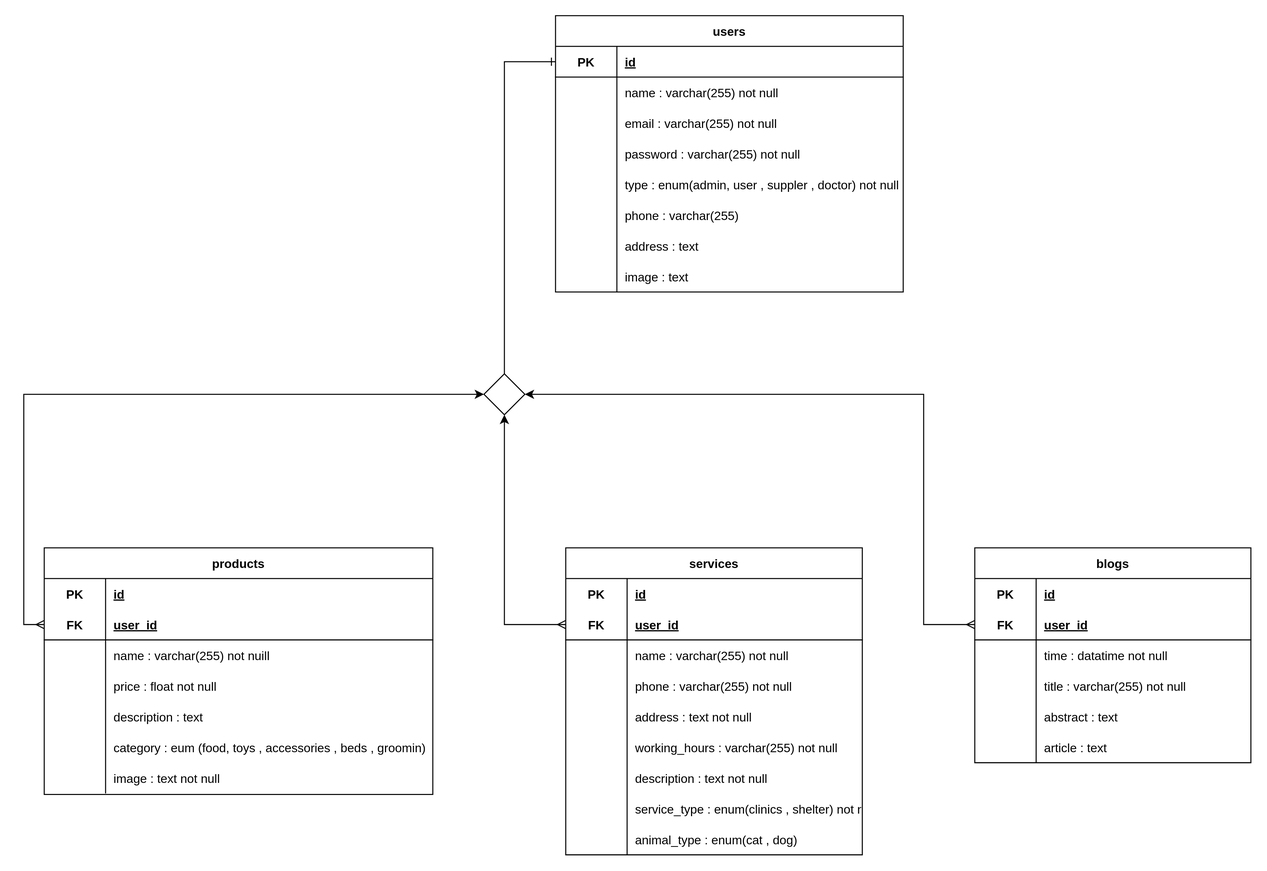
khaledfathi/islam_API keeps this draw.io diagram as public/assets/images/schema_image.svg. Above is the earlier version. Source tidied: cells renumbered, new cells last; positions are measured from the earlier drawing's top-left corner, leaving out a move shared by most shapes.
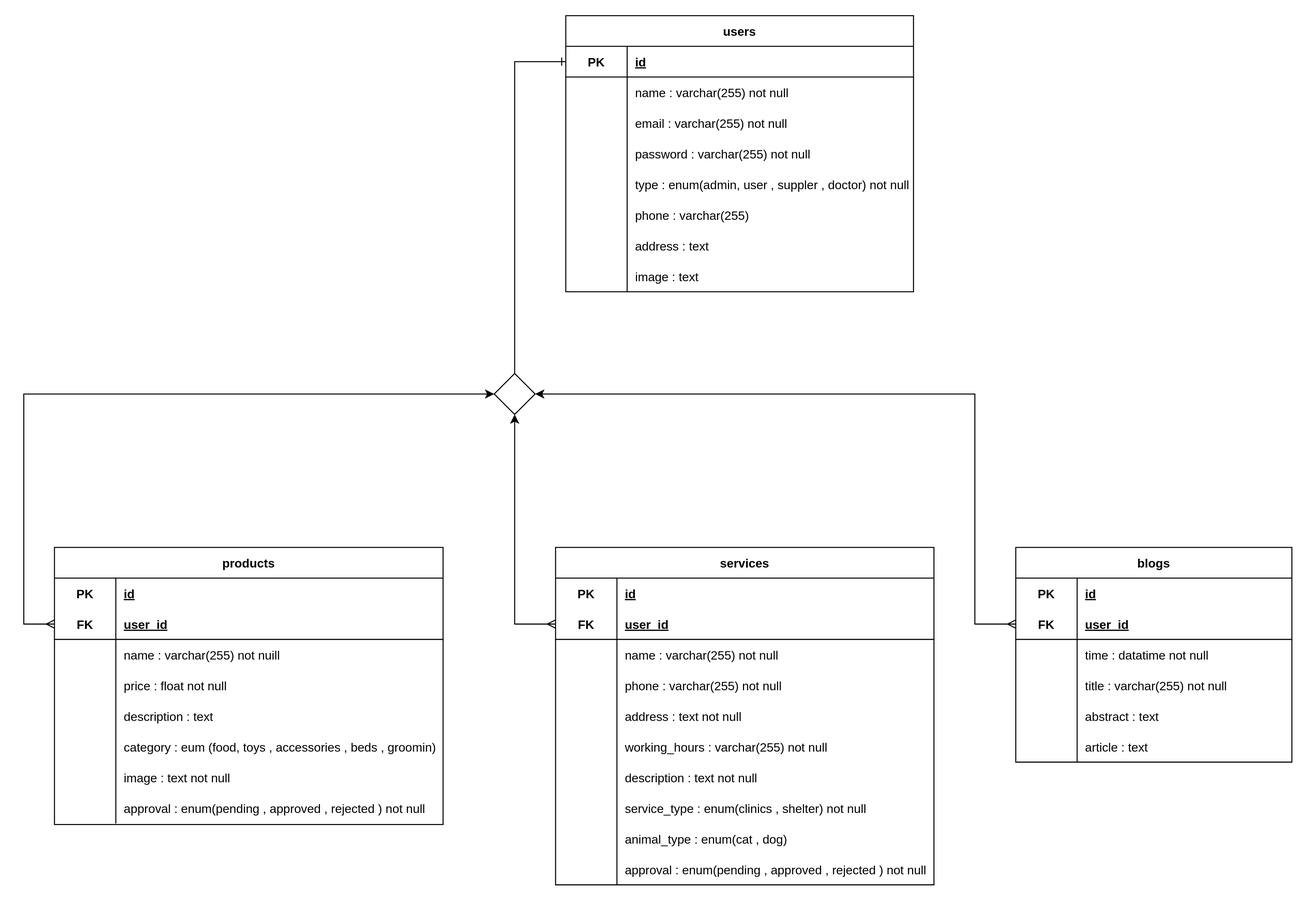
Above is the later version.

The edit, as a diff of the source:
```diff
@@ -78,91 +78,100 @@
       <mxGeometry x="60" width="280" height="30" as="geometry" />
     </mxCell>
     <mxCell id="27" value="services" style="shape=table;startSize=30;rowLines=0;fontStyle=1;align=center;" parent="1" vertex="1">
-      <mxGeometry x="530" y="520" width="290" height="300" as="geometry" />
+      <mxGeometry x="510" y="520" width="370" height="330" as="geometry" />
     </mxCell>
     <mxCell id="28" style="shape=tableRow;horizontal=0;startSize=0;swimlaneHead=0;swimlaneBody=0;fillColor=none;top=0;left=0;right=0;bottom=0;" parent="27" vertex="1">
-      <mxGeometry y="30" width="290" height="30" as="geometry" />
+      <mxGeometry y="30" width="370" height="30" as="geometry" />
     </mxCell>
     <mxCell id="29" value="PK" style="shape=partialRectangle;fillColor=none;top=0;left=0;bottom=0;right=0;fontStyle=1;overflow=hidden;" parent="28" vertex="1">
       <mxGeometry width="60" height="30" as="geometry" />
     </mxCell>
     <mxCell id="30" value="id" style="shape=partialRectangle;fillColor=none;top=0;left=0;bottom=0;right=0;align=left;spacingLeft=6;fontStyle=5;overflow=hidden;" parent="28" vertex="1">
-      <mxGeometry x="60" width="230" height="30" as="geometry" />
+      <mxGeometry x="60" width="310" height="30" as="geometry" />
     </mxCell>
     <mxCell id="31" style="shape=tableRow;horizontal=0;startSize=0;swimlaneHead=0;swimlaneBody=0;fillColor=none;points=[[0,0.5],[1,0.5]];portConstraint=eastwest;top=0;left=0;right=0;bottom=1;" parent="27" vertex="1">
-      <mxGeometry y="60" width="290" height="30" as="geometry" />
+      <mxGeometry y="60" width="370" height="30" as="geometry" />
     </mxCell>
     <mxCell id="32" value="FK" style="shape=partialRectangle;fillColor=none;top=0;left=0;bottom=0;right=0;fontStyle=1;overflow=hidden;" parent="31" vertex="1">
       <mxGeometry width="60" height="30" as="geometry" />
     </mxCell>
     <mxCell id="33" value="user_id" style="shape=partialRectangle;fillColor=none;top=0;left=0;bottom=0;right=0;align=left;spacingLeft=6;fontStyle=5;overflow=hidden;" parent="31" vertex="1">
-      <mxGeometry x="60" width="230" height="30" as="geometry" />
+      <mxGeometry x="60" width="310" height="30" as="geometry" />
     </mxCell>
     <mxCell id="34" style="shape=tableRow;horizontal=0;startSize=0;swimlaneHead=0;swimlaneBody=0;fillColor=none;top=0;left=0;right=0;bottom=0;" parent="27" vertex="1">
-      <mxGeometry y="90" width="290" height="30" as="geometry" />
+      <mxGeometry y="90" width="370" height="30" as="geometry" />
     </mxCell>
     <mxCell id="35" style="shape=partialRectangle;fillColor=none;top=0;left=0;bottom=0;right=0;overflow=hidden;" parent="34" vertex="1">
       <mxGeometry width="60" height="30" as="geometry" />
     </mxCell>
     <mxCell id="36" value="name : varchar(255) not null" style="shape=partialRectangle;fillColor=none;top=0;left=0;bottom=0;right=0;align=left;spacingLeft=6;overflow=hidden;" parent="34" vertex="1">
-      <mxGeometry x="60" width="230" height="30" as="geometry" />
+      <mxGeometry x="60" width="310" height="30" as="geometry" />
     </mxCell>
     <mxCell id="37" style="shape=tableRow;horizontal=0;startSize=0;swimlaneHead=0;swimlaneBody=0;fillColor=none;top=0;left=0;right=0;bottom=0;" parent="27" vertex="1">
-      <mxGeometry y="120" width="290" height="30" as="geometry" />
+      <mxGeometry y="120" width="370" height="30" as="geometry" />
     </mxCell>
     <mxCell id="38" style="shape=partialRectangle;fillColor=none;top=0;left=0;bottom=0;right=0;overflow=hidden;" parent="37" vertex="1">
       <mxGeometry width="60" height="30" as="geometry" />
     </mxCell>
     <mxCell id="39" value="phone : varchar(255) not null " style="shape=partialRectangle;fillColor=none;top=0;left=0;bottom=0;right=0;align=left;spacingLeft=6;overflow=hidden;" parent="37" vertex="1">
-      <mxGeometry x="60" width="230" height="30" as="geometry" />
+      <mxGeometry x="60" width="310" height="30" as="geometry" />
     </mxCell>
     <mxCell id="40" style="shape=tableRow;horizontal=0;startSize=0;swimlaneHead=0;swimlaneBody=0;fillColor=none;top=0;left=0;right=0;bottom=0;" parent="27" vertex="1">
-      <mxGeometry y="150" width="290" height="30" as="geometry" />
+      <mxGeometry y="150" width="370" height="30" as="geometry" />
     </mxCell>
     <mxCell id="41" style="shape=partialRectangle;fillColor=none;top=0;left=0;bottom=0;right=0;overflow=hidden;" parent="40" vertex="1">
       <mxGeometry width="60" height="30" as="geometry" />
     </mxCell>
     <mxCell id="42" value="address : text not null" style="shape=partialRectangle;fillColor=none;top=0;left=0;bottom=0;right=0;align=left;spacingLeft=6;overflow=hidden;" parent="40" vertex="1">
-      <mxGeometry x="60" width="230" height="30" as="geometry" />
+      <mxGeometry x="60" width="310" height="30" as="geometry" />
     </mxCell>
     <mxCell id="43" style="shape=tableRow;horizontal=0;startSize=0;swimlaneHead=0;swimlaneBody=0;fillColor=none;top=0;left=0;right=0;bottom=0;" parent="27" vertex="1">
-      <mxGeometry y="180" width="290" height="30" as="geometry" />
+      <mxGeometry y="180" width="370" height="30" as="geometry" />
     </mxCell>
     <mxCell id="44" style="shape=partialRectangle;fillColor=none;top=0;left=0;bottom=0;right=0;overflow=hidden;" parent="43" vertex="1">
       <mxGeometry width="60" height="30" as="geometry" />
     </mxCell>
     <mxCell id="45" value="working_hours : varchar(255) not null" style="shape=partialRectangle;fillColor=none;top=0;left=0;bottom=0;right=0;align=left;spacingLeft=6;overflow=hidden;" parent="43" vertex="1">
-      <mxGeometry x="60" width="230" height="30" as="geometry" />
+      <mxGeometry x="60" width="310" height="30" as="geometry" />
     </mxCell>
     <mxCell id="46" style="shape=tableRow;horizontal=0;startSize=0;swimlaneHead=0;swimlaneBody=0;fillColor=none;top=0;left=0;right=0;bottom=0;" parent="27" vertex="1">
-      <mxGeometry y="210" width="290" height="30" as="geometry" />
+      <mxGeometry y="210" width="370" height="30" as="geometry" />
     </mxCell>
     <mxCell id="47" style="shape=partialRectangle;fillColor=none;top=0;left=0;bottom=0;right=0;overflow=hidden;" parent="46" vertex="1">
       <mxGeometry width="60" height="30" as="geometry" />
     </mxCell>
     <mxCell id="48" value="description : text not null" style="shape=partialRectangle;fillColor=none;top=0;left=0;bottom=0;right=0;align=left;spacingLeft=6;overflow=hidden;" parent="46" vertex="1">
-      <mxGeometry x="60" width="230" height="30" as="geometry" />
+      <mxGeometry x="60" width="310" height="30" as="geometry" />
     </mxCell>
     <mxCell id="49" style="shape=tableRow;horizontal=0;startSize=0;swimlaneHead=0;swimlaneBody=0;fillColor=none;top=0;left=0;right=0;bottom=0;" parent="27" vertex="1">
-      <mxGeometry y="240" width="290" height="30" as="geometry" />
+      <mxGeometry y="240" width="370" height="30" as="geometry" />
     </mxCell>
     <mxCell id="50" style="shape=partialRectangle;fillColor=none;top=0;left=0;bottom=0;right=0;overflow=hidden;" parent="49" vertex="1">
       <mxGeometry width="60" height="30" as="geometry" />
     </mxCell>
     <mxCell id="51" value="service_type : enum(clinics , shelter) not null" style="shape=partialRectangle;fillColor=none;top=0;left=0;bottom=0;right=0;align=left;spacingLeft=6;overflow=hidden;" parent="49" vertex="1">
-      <mxGeometry x="60" width="230" height="30" as="geometry" />
+      <mxGeometry x="60" width="310" height="30" as="geometry" />
     </mxCell>
     <mxCell id="52" style="shape=tableRow;horizontal=0;startSize=0;swimlaneHead=0;swimlaneBody=0;fillColor=none;top=0;left=0;right=0;bottom=0;" parent="27" vertex="1">
-      <mxGeometry y="270" width="290" height="30" as="geometry" />
+      <mxGeometry y="270" width="370" height="30" as="geometry" />
     </mxCell>
     <mxCell id="53" style="shape=partialRectangle;fillColor=none;top=0;left=0;bottom=0;right=0;overflow=hidden;" parent="52" vertex="1">
       <mxGeometry width="60" height="30" as="geometry" />
     </mxCell>
     <mxCell id="54" value="animal_type : enum(cat , dog)" style="shape=partialRectangle;fillColor=none;top=0;left=0;bottom=0;right=0;align=left;spacingLeft=6;overflow=hidden;" parent="52" vertex="1">
-      <mxGeometry x="60" width="230" height="30" as="geometry" />
+      <mxGeometry x="60" width="310" height="30" as="geometry" />
     </mxCell>
+    <mxCell id="101" style="shape=tableRow;horizontal=0;startSize=0;swimlaneHead=0;swimlaneBody=0;fillColor=none;top=0;left=0;right=0;bottom=0;" parent="27" vertex="1">
+      <mxGeometry y="300" width="370" height="30" as="geometry" />
+    </mxCell>
+    <mxCell id="102" style="shape=partialRectangle;fillColor=none;top=0;left=0;bottom=0;right=0;overflow=hidden;" parent="101" vertex="1">
+      <mxGeometry width="60" height="30" as="geometry" />
+    </mxCell>
+    <mxCell id="103" value="approval : enum(pending , approved , rejected ) not null" style="shape=partialRectangle;fillColor=none;top=0;left=0;bottom=0;right=0;align=left;spacingLeft=6;overflow=hidden;" parent="101" vertex="1">
+      <mxGeometry x="60" width="310" height="30" as="geometry" />
+    </mxCell>
     <mxCell id="55" value="products" style="shape=table;startSize=30;rowLines=0;fontStyle=1;align=center;" parent="1" vertex="1">
-      <mxGeometry x="20" y="520" width="380" height="241" as="geometry" />
+      <mxGeometry x="20" y="520" width="380" height="271" as="geometry" />
     </mxCell>
     <mxCell id="56" style="shape=tableRow;horizontal=0;startSize=0;swimlaneHead=0;swimlaneBody=0;fillColor=none;top=0;left=0;right=0;bottom=0;" parent="55" vertex="1">
       <mxGeometry y="30" width="380" height="30" as="geometry" />
@@ -227,8 +236,17 @@
     <mxCell id="76" value="image : text not null" style="shape=partialRectangle;fillColor=none;top=0;left=0;bottom=0;right=0;align=left;spacingLeft=6;overflow=hidden;" parent="74" vertex="1">
       <mxGeometry x="60" width="320" height="30" as="geometry" />
     </mxCell>
+    <mxCell id="104" style="shape=tableRow;horizontal=0;startSize=0;swimlaneHead=0;swimlaneBody=0;fillColor=none;top=0;left=0;right=0;bottom=0;" parent="55" vertex="1">
+      <mxGeometry y="240" width="380" height="30" as="geometry" />
+    </mxCell>
+    <mxCell id="105" style="shape=partialRectangle;fillColor=none;top=0;left=0;bottom=0;right=0;overflow=hidden;" parent="104" vertex="1">
+      <mxGeometry width="60" height="30" as="geometry" />
+    </mxCell>
+    <mxCell id="106" value="approval : enum(pending , approved , rejected ) not null" style="shape=partialRectangle;fillColor=none;top=0;left=0;bottom=0;right=0;align=left;spacingLeft=6;overflow=hidden;" parent="104" vertex="1">
+      <mxGeometry x="60" width="320" height="30" as="geometry" />
+    </mxCell>
     <mxCell id="77" value="blogs" style="shape=table;startSize=30;rowLines=0;fontStyle=1;align=center;" parent="1" vertex="1">
-      <mxGeometry x="930" y="520" width="270" height="210" as="geometry" />
+      <mxGeometry x="960" y="520" width="270" height="210" as="geometry" />
     </mxCell>
     <mxCell id="78" style="shape=tableRow;horizontal=0;startSize=0;swimlaneHead=0;swimlaneBody=0;fillColor=none;top=0;left=0;right=0;bottom=0;" parent="77" vertex="1">
       <mxGeometry y="30" width="270" height="30" as="geometry" />
@@ -290,8 +308,8 @@
     <mxCell id="97" style="edgeStyle=orthogonalEdgeStyle;rounded=0;jettySize=auto;html=1;entryX=0;entryY=0.5;entryDx=0;entryDy=0;startArrow=classic;startFill=1;endArrow=ERmany;endFill=0;" parent="1" edge="1" source="100" target="59">
       <mxGeometry relative="1" as="geometry">
         <Array as="points">
-          <mxPoint y="370" />
-          <mxPoint y="595" />
+          <mxPoint x="-10" y="370" />
+          <mxPoint x="-10" y="595" />
         </Array>
       </mxGeometry>
     </mxCell>
@@ -301,8 +319,8 @@
     <mxCell id="99" style="edgeStyle=orthogonalEdgeStyle;rounded=0;jettySize=auto;html=1;entryX=0;entryY=0.5;entryDx=0;entryDy=0;startArrow=classic;startFill=1;endArrow=ERmany;endFill=0;" parent="1" edge="1" source="100" target="81">
       <mxGeometry relative="1" as="geometry">
         <Array as="points">
-          <mxPoint x="880" y="370" />
-          <mxPoint x="880" y="595" />
+          <mxPoint x="920" y="370" />
+          <mxPoint x="920" y="595" />
         </Array>
       </mxGeometry>
     </mxCell>
```
